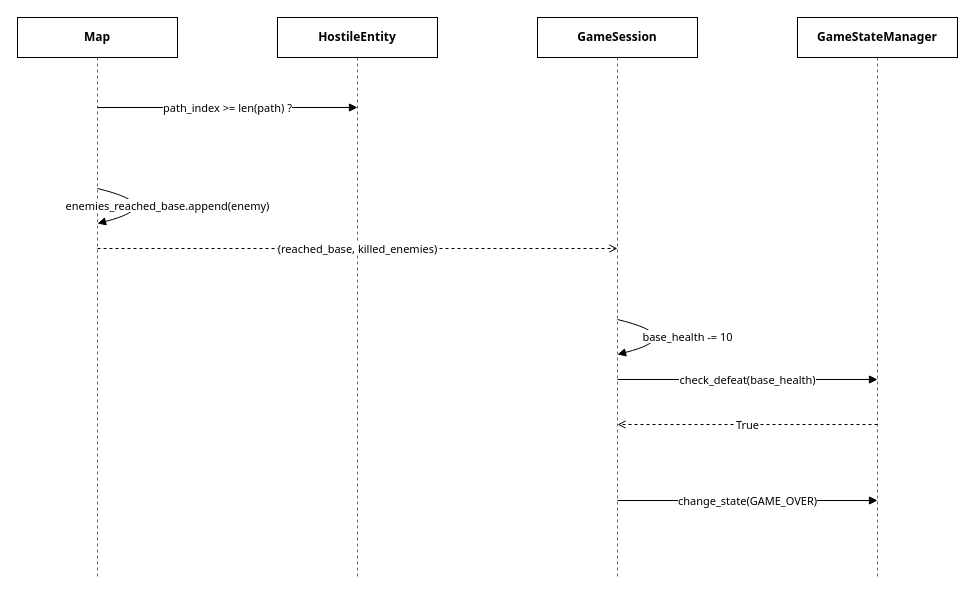
The draw.io diagram page "5. Достижение противником базы" (5 of 7) of docs/diagrams/Sequence_diagrams.drawio in Icy-beep/TowerDefense, before the edit. Source tidied: cells renumbered, new cells numbered last; positions are measured from the earlier drawing's top-left corner, leaving out a move shared by most shapes. Both pictures are drawn from the tidied source at 100%, with x=0, y=0 at pixel (17, 17).
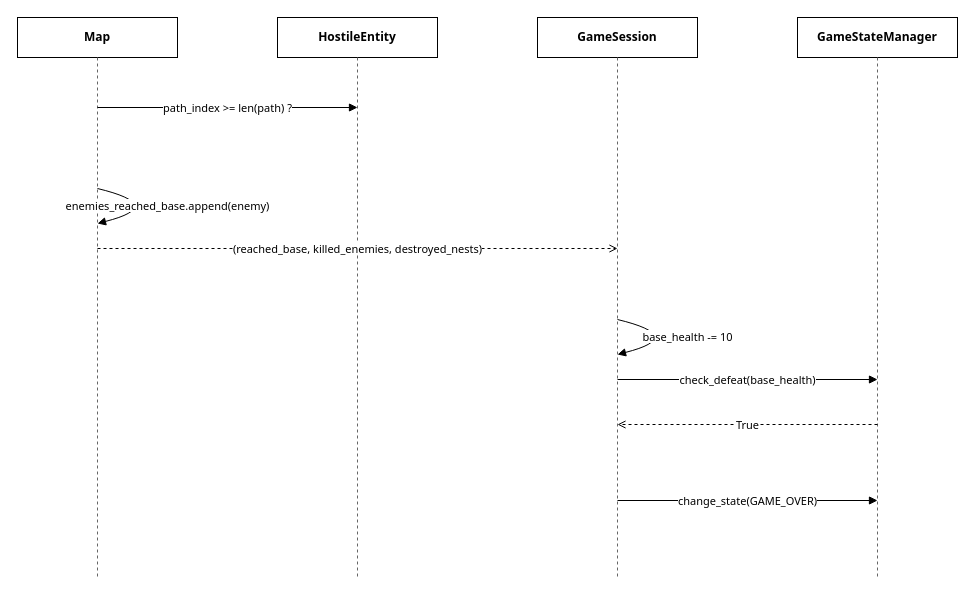
Above is the later version.

The edit, as a diff of the source:
```diff
@@
-    <mxCell id="12" value="(reached_base, killed_enemies)" style="endArrow=open;endFill=0;dashed=1;html=1;fontFamily=Tahoma;fontSize=11;labelBackgroundColor=default;rounded=0;" parent="1" edge="1">
+    <mxCell id="12" value="(reached_base, killed_enemies, destroyed_nests)" style="endArrow=open;endFill=0;dashed=1;html=1;fontFamily=Tahoma;fontSize=11;labelBackgroundColor=default;rounded=0;" parent="1" edge="1">
       <mxGeometry relative="1" as="geometry">
         <mxPoint x="80" y="231" as="sourcePoint" />
         <mxPoint x="600" y="231" as="targetPoint" />
       </mxGeometry>
     </mxCell>
```
